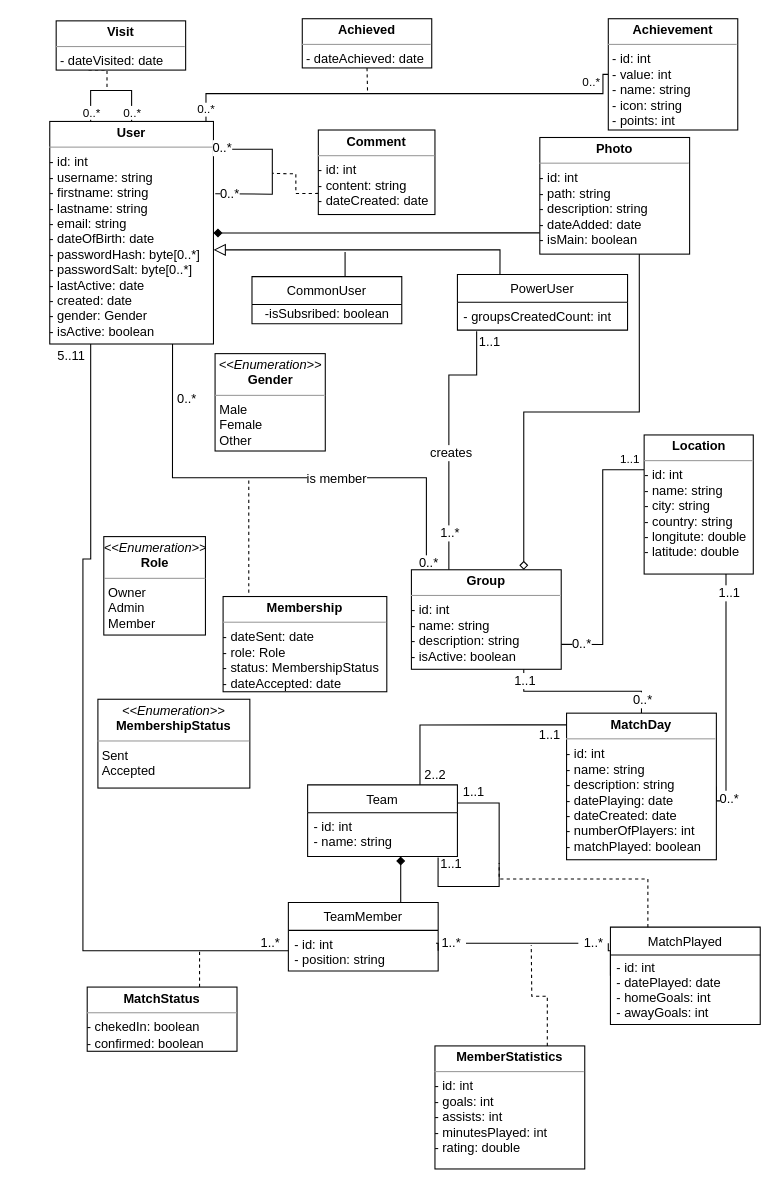
Earlier version of the draw.io diagram FootballAppModel.drawio (milosnikic/FootballApp). Source tidied: cells renumbered, new cells numbered last; positions are measured from the earlier drawing's top-left corner, leaving out a move shared by most shapes. Both pictures are drawn from the tidied source at 107%, with x=0, y=0 at pixel (49, 18).
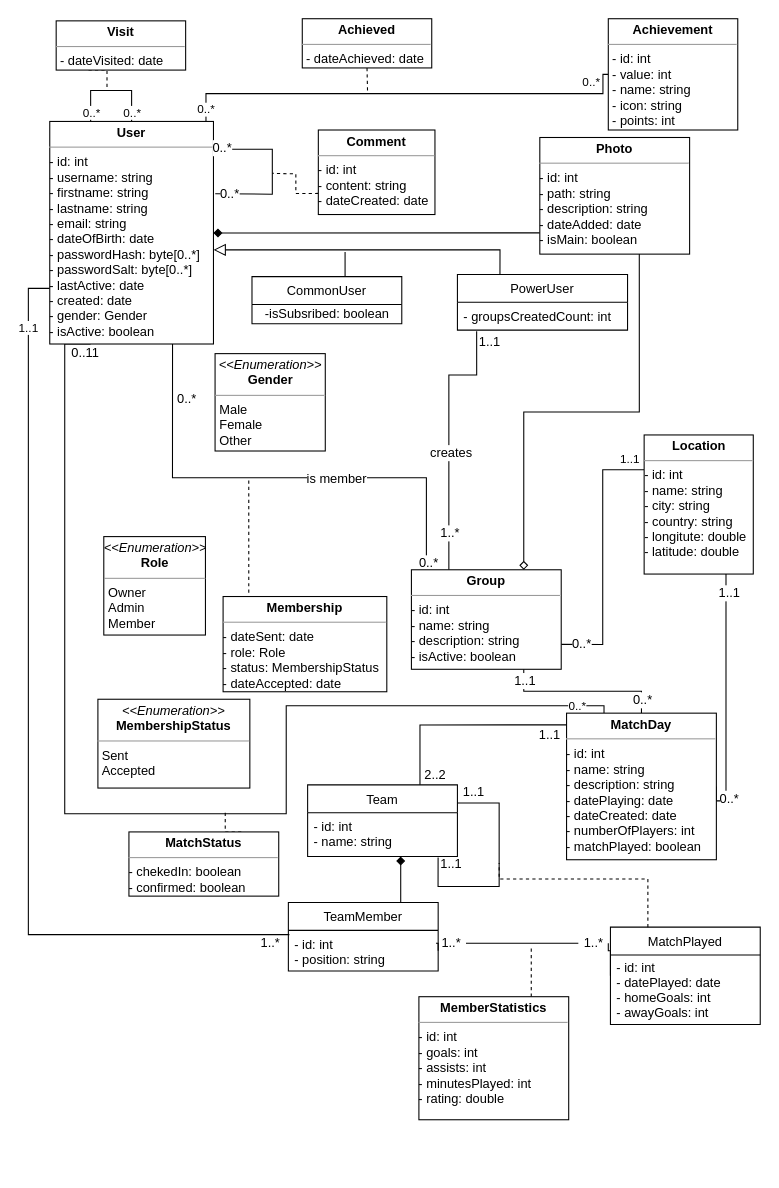
After the change.

Commit message (it also covers changes not shown here):
- Upcoming match component adjusted - Match played component added - Group user box updated - Database model updated

The change refers to these unchanged cells:
```xml
<mxCell id="18" value="&lt;p style=&quot;margin: 0px ; margin-top: 4px ; text-align: center&quot;&gt;&lt;b&gt;User&lt;/b&gt;&lt;/p&gt;&lt;hr size=&quot;1&quot;&gt;&lt;div style=&quot;height: 2px&quot;&gt;- id: int&lt;br&gt;- username: string&lt;br&gt;- firstname: string&lt;br&gt;- lastname: string&lt;br&gt;- email: string&lt;br&gt;- dateOfBirth: date&lt;br&gt;- passwordHash: byte[0..*]&lt;br&gt;- passwordSalt: byte[0..*]&lt;br&gt;- lastActive: date&lt;br&gt;- created: date&lt;br&gt;- gender: Gender&lt;br&gt;- isActive: boolean&lt;/div&gt;" style="verticalAlign=top;align=left;overflow=fill;fontSize=12;fontFamily=Helvetica;html=1;" parent="1" vertex="1">
  <mxGeometry y="96" width="153" height="208" as="geometry" />
</mxCell>
<mxCell id="39" value="&lt;p style=&quot;margin: 0px ; margin-top: 4px ; text-align: center&quot;&gt;&lt;b&gt;MatchDay&lt;/b&gt;&lt;/p&gt;&lt;hr size=&quot;1&quot;&gt;&lt;div style=&quot;height: 2px&quot;&gt;- id: int&lt;br&gt;- name: string&lt;br&gt;- description: string&lt;br&gt;- datePlaying: date&lt;br&gt;- dateCreated: date&lt;br&gt;- numberOfPlayers: int&lt;br&gt;- matchPlayed: boolean&lt;/div&gt;" style="verticalAlign=top;align=left;overflow=fill;fontSize=12;fontFamily=Helvetica;html=1;" parent="1" vertex="1">
  <mxGeometry x="483" y="649" width="140" height="137" as="geometry" />
</mxCell>
<mxCell id="57" value="- id: int&#10;- position: string" style="text;strokeColor=none;fillColor=none;align=left;verticalAlign=top;spacingLeft=4;spacingRight=4;overflow=hidden;points=[[0,0.5],[1,0.5]];portConstraint=eastwest;" parent="56" vertex="1">
  <mxGeometry y="26" width="140" height="38" as="geometry" />
</mxCell>
```

What changed in the source:
```diff
@@
-    <mxCell id="11" style="edgeStyle=orthogonalEdgeStyle;rounded=0;jettySize=auto;html=1;exitX=0.25;exitY=1;exitDx=0;exitDy=0;entryX=0;entryY=0.5;entryDx=0;entryDy=0;endArrow=none;endFill=0;" parent="1" edge="1" source="18" target="57">
+    <mxCell id="11" style="edgeStyle=orthogonalEdgeStyle;rounded=0;jettySize=auto;html=1;exitX=0.25;exitY=1;exitDx=0;exitDy=0;entryX=0.25;entryY=0;entryDx=0;entryDy=0;endArrow=none;endFill=0;" parent="1" edge="1" source="18" target="39">
       <mxGeometry relative="1" as="geometry">
         <Array as="points">
-          <mxPoint x="31" y="505" />
-          <mxPoint x="31" y="871" />
+          <mxPoint x="14" y="304" />
+          <mxPoint x="14" y="743" />
+          <mxPoint x="221" y="743" />
+          <mxPoint x="221" y="642" />
+          <mxPoint x="518" y="642" />
         </Array>
       </mxGeometry>
     </mxCell>
+    <mxCell id="79" value="0..*" style="edgeLabel;html=1;align=center;verticalAlign=middle;" parent="11" vertex="1">
+      <mxGeometry x="0.94" relative="1" as="geometry" />
+    </mxCell>
@@
+    <mxCell id="80" style="edgeStyle=orthogonalEdgeStyle;rounded=0;jettySize=auto;html=1;exitX=0;exitY=0.75;exitDx=0;exitDy=0;entryX=0.007;entryY=0.105;entryDx=0;entryDy=0;entryPerimeter=0;endArrow=none;endFill=0;" parent="1" edge="1" source="18" target="57">
+      <mxGeometry relative="1" as="geometry" />
+    </mxCell>
+    <mxCell id="81" value="1..1" style="edgeLabel;html=1;align=center;verticalAlign=middle;" parent="80" vertex="1">
+      <mxGeometry x="-0.87" y="-1" relative="1" as="geometry" />
+    </mxCell>
@@
     <mxCell id="41" value="&lt;p style=&quot;margin: 0px ; margin-top: 4px ; text-align: center&quot;&gt;&lt;b&gt;MemberStatistics&lt;/b&gt;&lt;/p&gt;&lt;hr size=&quot;1&quot;&gt;&lt;div style=&quot;height: 2px&quot;&gt;- id: int&lt;br&gt;- goals: int&lt;br&gt;- assists: int&lt;br&gt;- minutesPlayed: int&lt;br&gt;- rating: double&lt;/div&gt;" style="verticalAlign=top;align=left;overflow=fill;fontSize=12;fontFamily=Helvetica;html=1;" parent="1" vertex="1">
-      <mxGeometry x="360" y="960" width="140" height="115" as="geometry" />
+      <mxGeometry x="345" y="914" width="140" height="115" as="geometry" />
     </mxCell>
     <mxCell id="42" style="edgeStyle=orthogonalEdgeStyle;rounded=0;jettySize=auto;html=1;exitX=0.75;exitY=0;exitDx=0;exitDy=0;endArrow=none;endFill=0;dashed=1;" parent="1" edge="1" source="43">
       <mxGeometry relative="1" as="geometry">
-        <mxPoint x="140" y="869" as="targetPoint" />
+        <mxPoint x="164" y="742" as="targetPoint" />
       </mxGeometry>
     </mxCell>
     <mxCell id="43" value="&lt;p style=&quot;margin: 0px ; margin-top: 4px ; text-align: center&quot;&gt;&lt;b&gt;MatchStatus&lt;/b&gt;&lt;/p&gt;&lt;hr size=&quot;1&quot;&gt;&lt;div style=&quot;height: 2px&quot;&gt;- chekedIn: boolean&lt;br&gt;- confirmed: boolean&lt;/div&gt;" style="verticalAlign=top;align=left;overflow=fill;fontSize=12;fontFamily=Helvetica;html=1;" parent="1" vertex="1">
-      <mxGeometry x="35" y="905" width="140" height="60" as="geometry" />
+      <mxGeometry x="74" y="760" width="140" height="60" as="geometry" />
     </mxCell>
@@
-    <mxCell id="50" value="5..11" style="text;html=1;align=center;verticalAlign=middle;" parent="1" vertex="1">
-      <mxGeometry x="2" y="306" width="36" height="18" as="geometry" />
-    </mxCell>
@@
+    <mxCell id="50" value="0..11" style="text;html=1;align=center;verticalAlign=middle;" parent="1" vertex="1">
+      <mxGeometry x="14.5" y="304" width="36" height="18" as="geometry" />
+    </mxCell>
```
